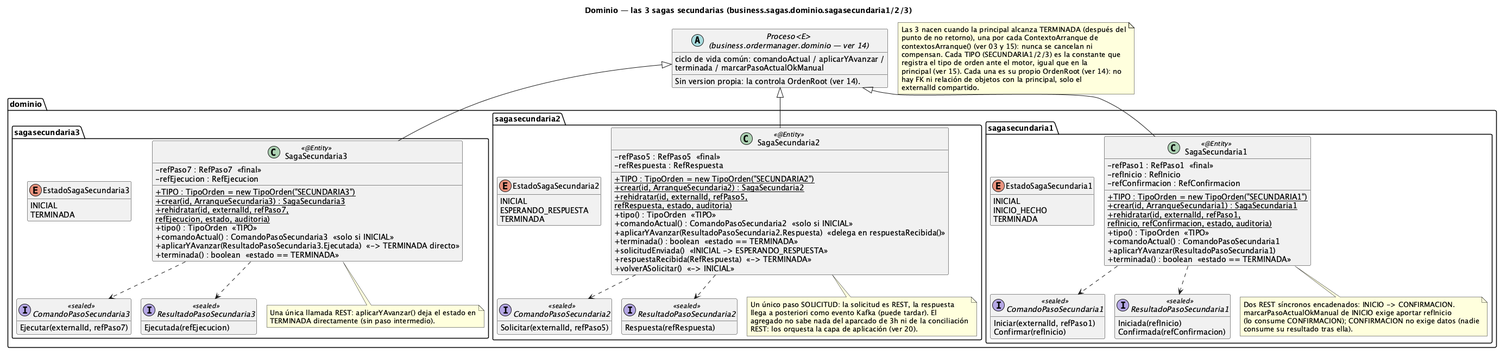
Earlier version of the PlantUML export order-manager/docs/16-clases-dominio-sagas-secundarias.png (ralcazar/patrones).
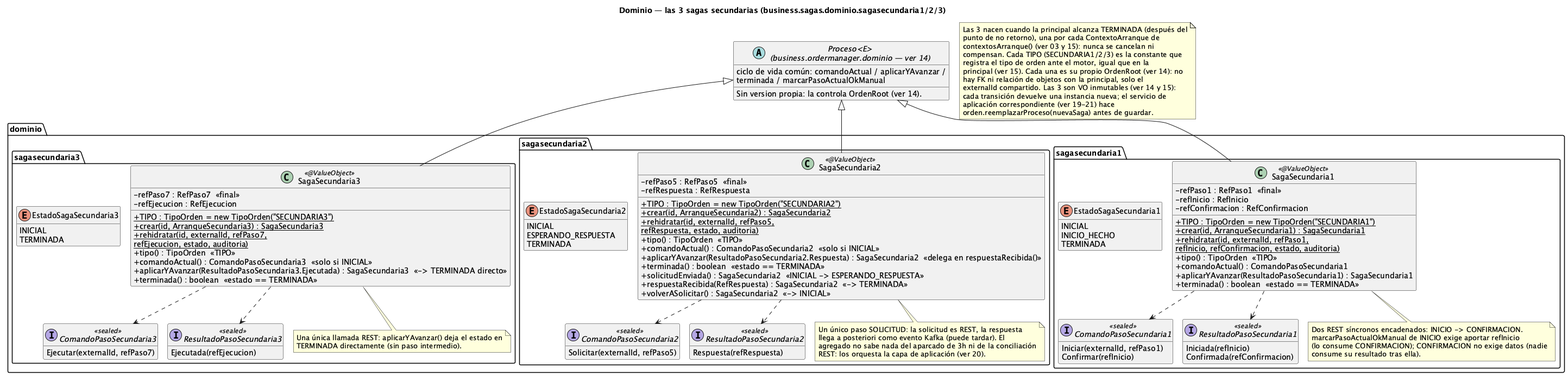
After the commit.

Change to the diagram source:
```diff
@@ -11,7 +11,7 @@
 }
 
 package "dominio.sagasecundaria1" {
-  class SagaSecundaria1 <<@Entity>> {
+  class SagaSecundaria1 <<@ValueObject>> {
     +{static} TIPO : TipoOrden = new TipoOrden("SECUNDARIA1")
     -refPaso1 : RefPaso1  «final»
     -refInicio : RefInicio
@@ -20,7 +20,7 @@
     +{static} rehidratar(id, externalId, refPaso1,\nrefInicio, refConfirmacion, estado, auditoria)
     +tipo() : TipoOrden  «TIPO»
     +comandoActual() : ComandoPasoSecundaria1
-    +aplicarYAvanzar(ResultadoPasoSecundaria1)
+    +aplicarYAvanzar(ResultadoPasoSecundaria1) : SagaSecundaria1
     +terminada() : boolean  «estado == TERMINADA»
   }
   enum EstadoSagaSecundaria1 {
@@ -45,7 +45,7 @@
 }
 
 package "dominio.sagasecundaria2" {
-  class SagaSecundaria2 <<@Entity>> {
+  class SagaSecundaria2 <<@ValueObject>> {
     +{static} TIPO : TipoOrden = new TipoOrden("SECUNDARIA2")
     -refPaso5 : RefPaso5  «final»
     -refRespuesta : RefRespuesta
@@ -53,11 +53,11 @@
     +{static} rehidratar(id, externalId, refPaso5,\nrefRespuesta, estado, auditoria)
     +tipo() : TipoOrden  «TIPO»
     +comandoActual() : ComandoPasoSecundaria2  «solo si INICIAL»
-    +aplicarYAvanzar(ResultadoPasoSecundaria2.Respuesta)  «delega en respuestaRecibida()»
+    +aplicarYAvanzar(ResultadoPasoSecundaria2.Respuesta) : SagaSecundaria2  «delega en respuestaRecibida()»
     +terminada() : boolean  «estado == TERMINADA»
-    +solicitudEnviada()  «INICIAL -> ESPERANDO_RESPUESTA»
-    +respuestaRecibida(RefRespuesta)  «-> TERMINADA»
-    +volverASolicitar()  «-> INICIAL»
+    +solicitudEnviada() : SagaSecundaria2  «INICIAL -> ESPERANDO_RESPUESTA»
+    +respuestaRecibida(RefRespuesta) : SagaSecundaria2  «-> TERMINADA»
+    +volverASolicitar() : SagaSecundaria2  «-> INICIAL»
   }
   enum EstadoSagaSecundaria2 {
     INICIAL
@@ -79,7 +79,7 @@
 }
 
 package "dominio.sagasecundaria3" {
-  class SagaSecundaria3 <<@Entity>> {
+  class SagaSecundaria3 <<@ValueObject>> {
     +{static} TIPO : TipoOrden = new TipoOrden("SECUNDARIA3")
     -refPaso7 : RefPaso7  «final»
     -refEjecucion : RefEjecucion
@@ -87,7 +87,7 @@
     +{static} rehidratar(id, externalId, refPaso7,\nrefEjecucion, estado, auditoria)
     +tipo() : TipoOrden  «TIPO»
     +comandoActual() : ComandoPasoSecundaria3  «solo si INICIAL»
-    +aplicarYAvanzar(ResultadoPasoSecundaria3.Ejecutada)  «-> TERMINADA directo»
+    +aplicarYAvanzar(ResultadoPasoSecundaria3.Ejecutada) : SagaSecundaria3  «-> TERMINADA directo»
     +terminada() : boolean  «estado == TERMINADA»
   }
   enum EstadoSagaSecundaria3 {
@@ -125,6 +125,9 @@
   registra el tipo de orden ante el motor, igual que en la
   principal (ver 15). Cada una es su propio OrdenRoot (ver 14): no
   hay FK ni relación de objetos con la principal, solo el
-  externalId compartido.
+  externalId compartido. Las 3 son VO inmutables (ver 14 y 15):
+  cada transición devuelve una instancia nueva; el servicio de
+  aplicación correspondiente (ver 19-21) hace
+  orden.reemplazarProceso(nuevaSaga) antes de guardar.
 end note
 @enduml
```
